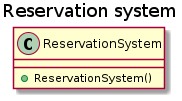
Before: out/reservation-system/Reservation system.png, a diagram exported from PlantUML (anraf1001/reservation-system).
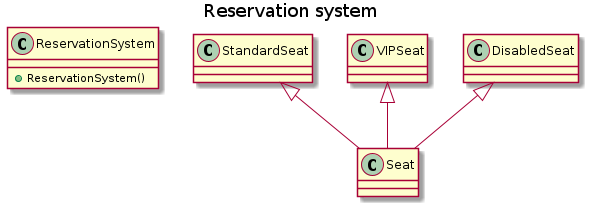
The same file after the commit.

Diff of the diagram source:
```diff
@@ -8,4 +8,24 @@
     +ReservationSystem()
 }
 
+class Seat {
+
+}
+
+class StandardSeat {
+
+}
+
+class VIPSeat {
+
+}
+
+class DisabledSeat {
+
+}
+
+StandardSeat <|-- Seat
+VIPSeat <|-- Seat
+DisabledSeat <|-- Seat
+
 @enduml
```
